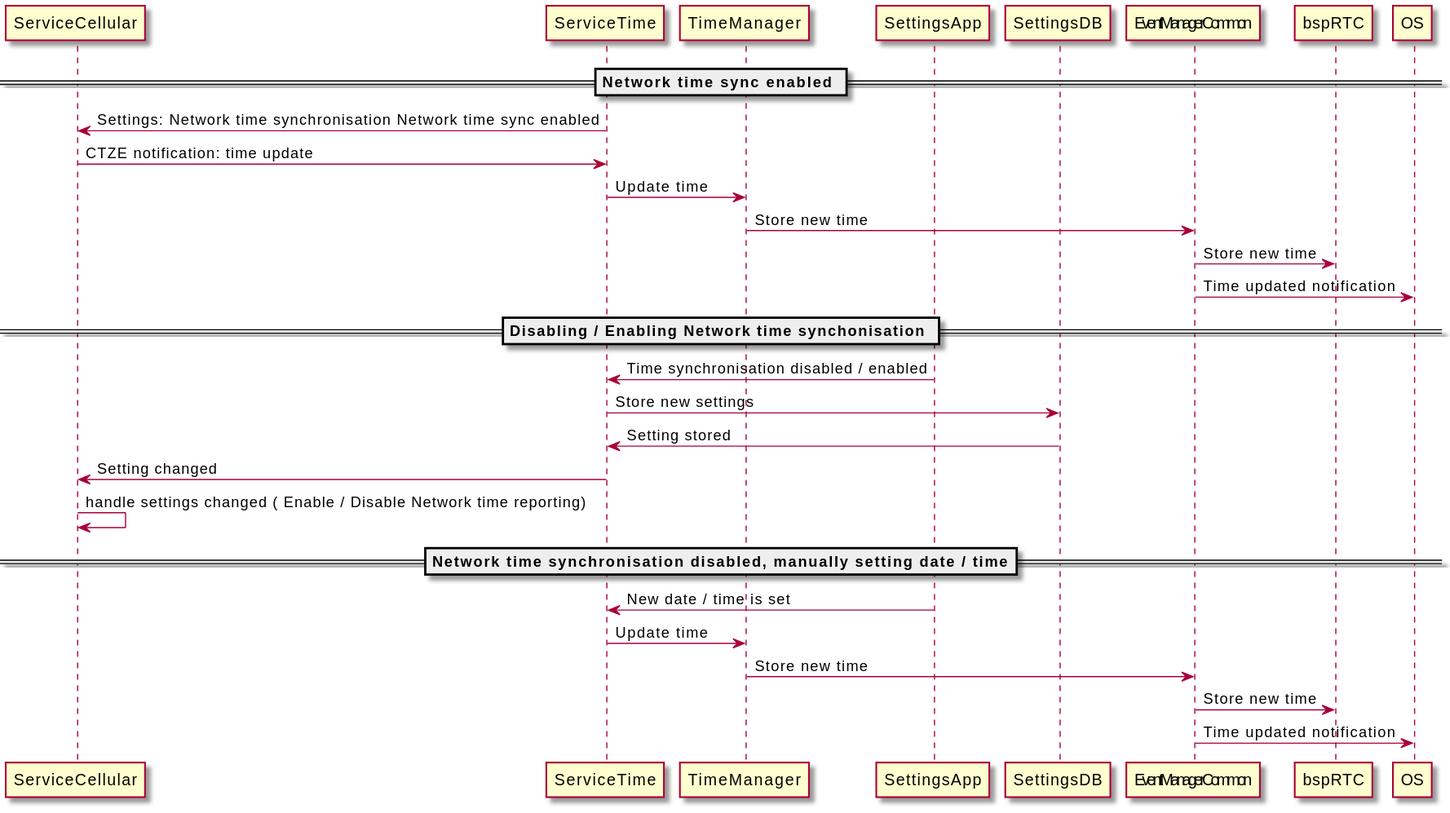
Above: module-services/service-time/doc/time_date_flow.svg in mudita/MuditaOS (PlantUML), before the change.
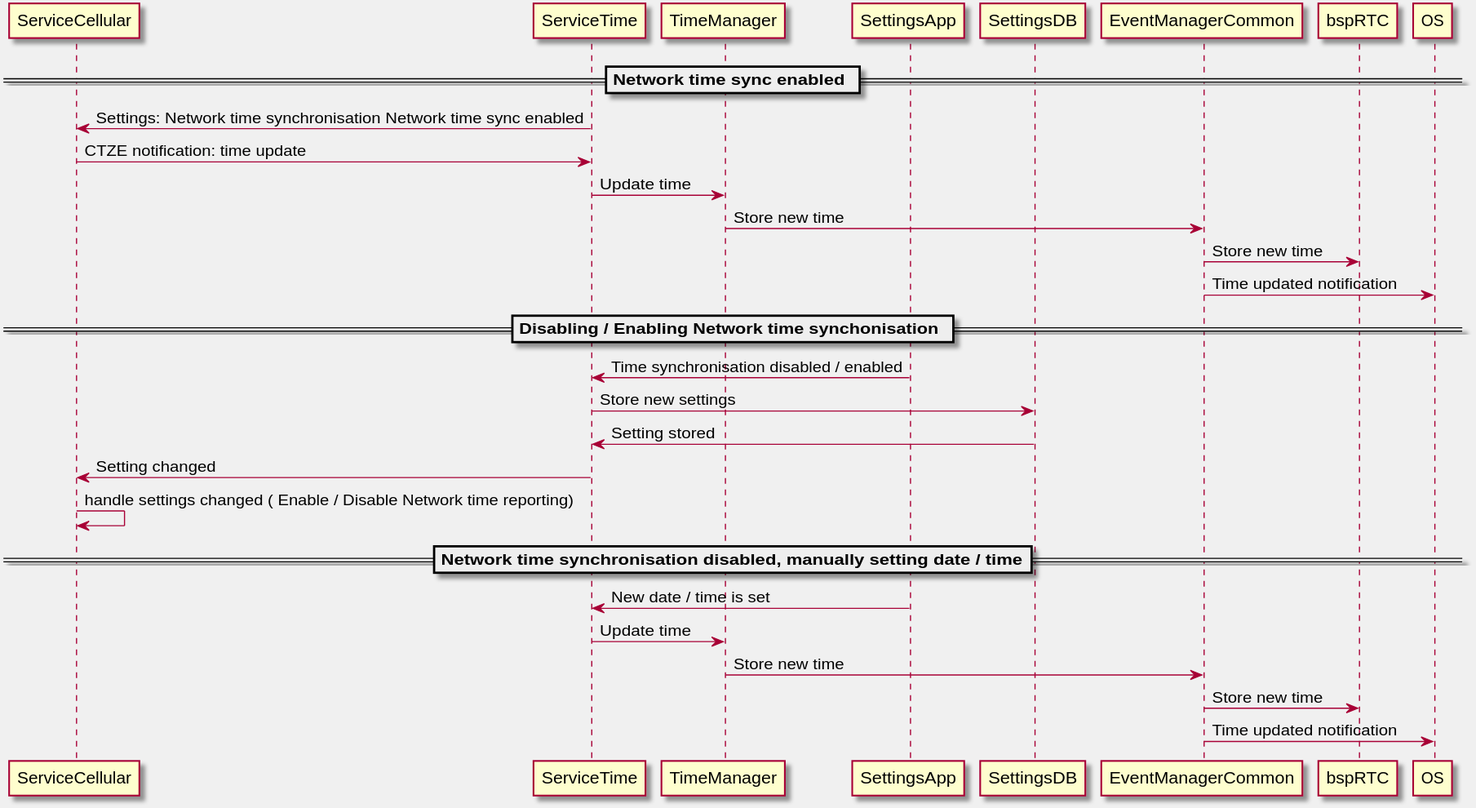
After the change.

Change to the diagram source:
```diff
@@ -1,10 +1,11 @@
 @startuml
+skinparam BackgroundColor F0F0F0
 participant ServiceCellular as cellular
 participant ServiceTime as time
 participant TimeManager as manager
 participant SettingsApp as settings
 participant SettingsDB as db
-participant EventManager as event
+participant EventManagerCommon as event
 participant bspRTC as rtc
 participant OS as os
 
```
